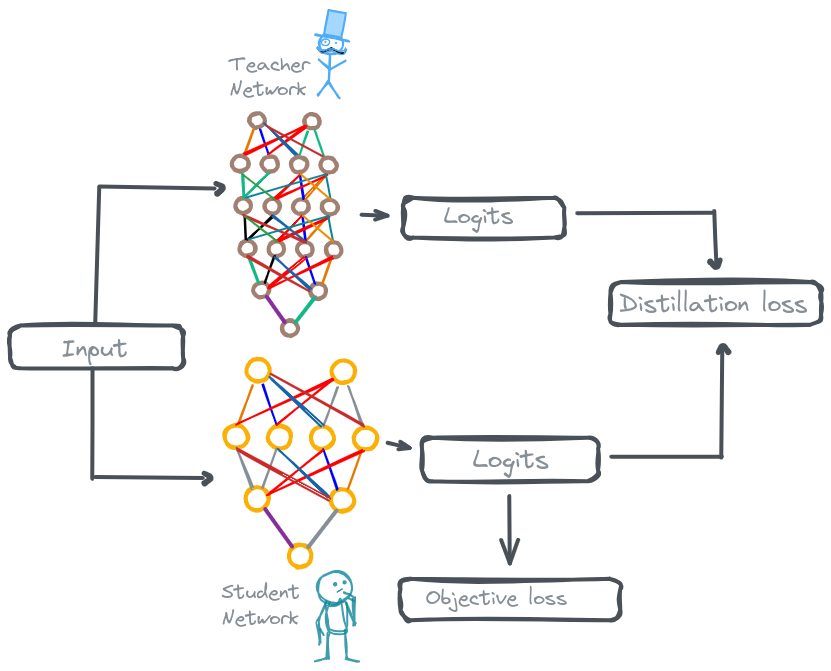
Before: static/img/model_optimization/response_kd.png, a diagram exported from Excalidraw (shulavkarki/shulav.github.io). Source tidied: one line per element, renumbered; positions are measured from the earlier drawing's top-left corner, leaving out a move shared by most shapes.
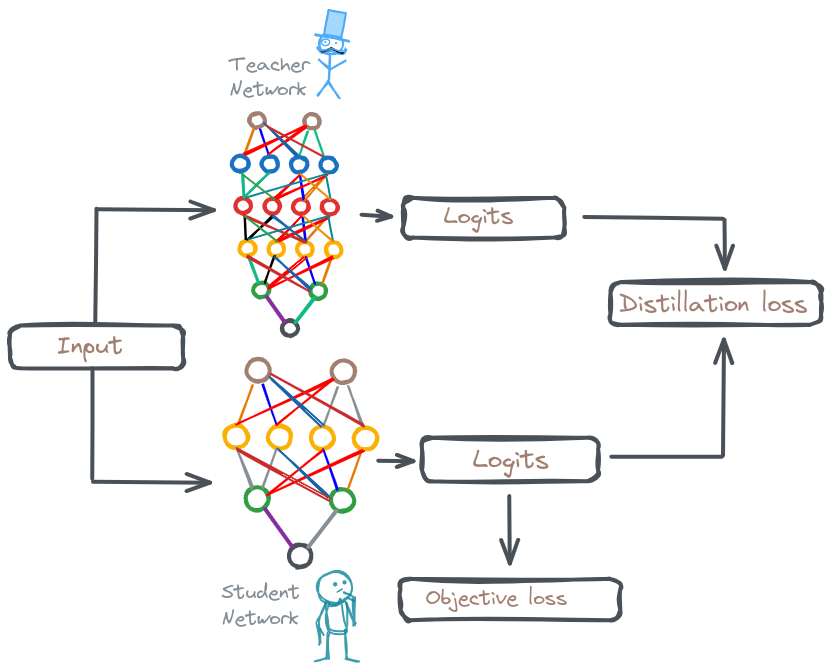
After the commit.

The edit, as a diff of the source:
```diff
@@ -4,4 +4,4 @@
 {"id": 3, "type": "rectangle", "strokeColor": "#495057", "strokeWidth": 4, "roughness": 2, "round": true, "x": 601, "y": 271, "width": 211, "height": 43}
-{"id": 4, "type": "ellipse", "strokeColor": "#fab005", "angle": 3.16, "strokeWidth": 4, "roughness": 1, "x": 278, "y": 533, "width": 23, "height": 23}
+{"id": 4, "type": "ellipse", "strokeColor": "#495057", "angle": 3.16, "strokeWidth": 4, "roughness": 1, "x": 278, "y": 533, "width": 23, "height": 23}
-{"id": 5, "type": "ellipse", "strokeColor": "#fab005", "angle": 3.16, "strokeWidth": 4, "roughness": 1, "x": 321, "y": 478, "width": 23, "height": 23}
+{"id": 5, "type": "ellipse", "strokeColor": "#2f9e44", "angle": 3.16, "strokeWidth": 4, "roughness": 1, "x": 321, "y": 478, "width": 23, "height": 23}
 {"id": 6, "type": "ellipse", "strokeColor": "#fab005", "angle": 3.16, "strokeWidth": 4, "roughness": 1, "x": 344, "y": 416, "width": 23, "height": 23}
@@ -10,3 +10,3 @@
 {"id": 9, "type": "arrow", "strokeColor": "#0000ff", "angle": 3.16, "strokeWidth": 2, "roughness": 1, "round": true, "from": 5, "to": 7, "x": 313, "y": 438, "width": 15, "height": 39, "points": [[0, 0], [15, 39]]}
-{"id": 10, "type": "ellipse", "strokeColor": "#fab005", "angle": 3.16, "strokeWidth": 4, "roughness": 1, "x": 235, "y": 476, "width": 23, "height": 23}
+{"id": 10, "type": "ellipse", "strokeColor": "#2f9e44", "angle": 3.16, "strokeWidth": 4, "roughness": 1, "x": 235, "y": 476, "width": 23, "height": 23}
 {"id": 11, "type": "ellipse", "strokeColor": "#fab005", "angle": 3.16, "strokeWidth": 4, "roughness": 1, "x": 258, "y": 415, "width": 23, "height": 23}
@@ -21,4 +21,4 @@
 {"id": 20, "type": "line", "strokeColor": "#c92a2a", "angle": 1.59, "strokeWidth": 2, "roughness": 1, "round": true, "x": 248, "y": 509, "width": 49, "height": 92, "points": [[0, 0], [49, -92]]}
-{"id": 21, "type": "ellipse", "strokeColor": "#fab005", "angle": 3.16, "strokeWidth": 4, "roughness": 1, "x": 322, "y": 349, "width": 23, "height": 23}
+{"id": 21, "type": "ellipse", "strokeColor": "#a18072", "angle": 3.16, "strokeWidth": 4, "roughness": 1, "x": 322, "y": 349, "width": 23, "height": 23}
-{"id": 22, "type": "ellipse", "strokeColor": "#fab005", "angle": 3.16, "strokeWidth": 4, "roughness": 1, "x": 236, "y": 347, "width": 23, "height": 23}
+{"id": 22, "type": "ellipse", "strokeColor": "#a18072", "angle": 3.16, "strokeWidth": 4, "roughness": 1, "x": 236, "y": 347, "width": 23, "height": 23}
 {"id": 23, "type": "arrow", "strokeColor": "#e67700", "angle": 0.02, "strokeWidth": 2, "roughness": 1, "round": true, "from": 22, "to": 12, "x": 242, "y": 373, "width": 14, "height": 39, "points": [[0, 0], [-14, 39]]}
@@ -31,11 +31,11 @@
 {"id": 30, "type": "line", "strokeColor": "#c92a2a", "angle": 4.73, "strokeWidth": 2, "roughness": 1, "round": true, "x": 283, "y": 435, "width": 49, "height": 92, "points": [[0, 0], [49, -92]]}
-{"id": 31, "type": "ellipse", "strokeColor": "#a18072", "angle": 3.16, "strokeWidth": 4, "roughness": 1, "x": 272, "y": 309, "width": 16, "height": 15}
+{"id": 31, "type": "ellipse", "strokeColor": "#495057", "angle": 3.16, "strokeWidth": 4, "roughness": 1, "x": 272, "y": 309, "width": 16, "height": 15}
-{"id": 32, "type": "ellipse", "strokeColor": "#a18072", "angle": 3.16, "strokeWidth": 4, "roughness": 1, "x": 301, "y": 272, "width": 16, "height": 15}
+{"id": 32, "type": "ellipse", "strokeColor": "#2f9e44", "angle": 3.16, "strokeWidth": 4, "roughness": 1, "x": 301, "y": 272, "width": 16, "height": 15}
-{"id": 33, "type": "ellipse", "strokeColor": "#a18072", "angle": 3.16, "strokeWidth": 4, "roughness": 1, "x": 316, "y": 231, "width": 16, "height": 15}
+{"id": 33, "type": "ellipse", "strokeColor": "#fab005", "angle": 3.16, "strokeWidth": 4, "roughness": 1, "x": 316, "y": 231, "width": 16, "height": 15}
-{"id": 34, "type": "ellipse", "strokeColor": "#a18072", "angle": 3.16, "strokeWidth": 4, "roughness": 1, "x": 287, "y": 230, "width": 16, "height": 15}
+{"id": 34, "type": "ellipse", "strokeColor": "#fab005", "angle": 3.16, "strokeWidth": 4, "roughness": 1, "x": 287, "y": 230, "width": 16, "height": 15}
 {"id": 35, "type": "arrow", "strokeColor": "#e67700", "angle": 3.16, "strokeWidth": 2, "roughness": 1, "round": true, "from": 32, "to": 33, "x": 321, "y": 246, "width": 9, "height": 26, "points": [[0, 0], [-9, 26]]}
 {"id": 36, "type": "arrow", "strokeColor": "#0000ff", "angle": 3.16, "strokeWidth": 2, "roughness": 1, "round": true, "from": 32, "to": 34, "x": 296, "y": 246, "width": 10, "height": 26, "points": [[0, 0], [10, 26]]}
-{"id": 37, "type": "ellipse", "strokeColor": "#a18072", "angle": 3.16, "strokeWidth": 4, "roughness": 1, "x": 244, "y": 271, "width": 16, "height": 15}
+{"id": 37, "type": "ellipse", "strokeColor": "#2f9e44", "angle": 3.16, "strokeWidth": 4, "roughness": 1, "x": 244, "y": 271, "width": 16, "height": 15}
-{"id": 38, "type": "ellipse", "strokeColor": "#a18072", "angle": 3.16, "strokeWidth": 4, "roughness": 1, "x": 259, "y": 230, "width": 16, "height": 15}
+{"id": 38, "type": "ellipse", "strokeColor": "#fab005", "angle": 3.16, "strokeWidth": 4, "roughness": 1, "x": 259, "y": 230, "width": 16, "height": 15}
-{"id": 39, "type": "ellipse", "strokeColor": "#a18072", "angle": 3.16, "strokeWidth": 4, "roughness": 1, "x": 230, "y": 229, "width": 16, "height": 15}
+{"id": 39, "type": "ellipse", "strokeColor": "#fab005", "angle": 3.16, "strokeWidth": 4, "roughness": 1, "x": 230, "y": 229, "width": 16, "height": 15}
 {"id": 40, "type": "arrow", "strokeColor": "#000000", "angle": 3.16, "strokeWidth": 2, "roughness": 1, "round": true, "from": 37, "to": 38, "x": 264, "y": 245, "width": 9, "height": 26, "points": [[0, 0], [-9, 26]]}
@@ -58,10 +58,10 @@
 {"id": 57, "type": "line", "strokeColor": "#c92a2a", "angle": 4.73, "strokeWidth": 2, "roughness": 1, "round": true, "x": 271, "y": 160, "width": 32, "height": 59, "points": [[0, 0], [32, -59]]}
-{"id": 58, "type": "ellipse", "strokeColor": "#a18072", "angle": 3.16, "strokeWidth": 4, "roughness": 1, "x": 311, "y": 146, "width": 16, "height": 15}
+{"id": 58, "type": "ellipse", "strokeColor": "#1971c2", "angle": 3.16, "strokeWidth": 4, "roughness": 1, "x": 311, "y": 146, "width": 16, "height": 15}
-{"id": 59, "type": "ellipse", "strokeColor": "#a18072", "angle": 3.16, "strokeWidth": 4, "roughness": 1, "x": 281, "y": 146, "width": 16, "height": 15}
+{"id": 59, "type": "ellipse", "strokeColor": "#1971c2", "angle": 3.16, "strokeWidth": 4, "roughness": 1, "x": 281, "y": 146, "width": 16, "height": 15}
-{"id": 60, "type": "ellipse", "strokeColor": "#a18072", "angle": 3.16, "strokeWidth": 4, "roughness": 1, "x": 252, "y": 145, "width": 16, "height": 15}
+{"id": 60, "type": "ellipse", "strokeColor": "#1971c2", "angle": 3.16, "strokeWidth": 4, "roughness": 1, "x": 252, "y": 145, "width": 16, "height": 15}
-{"id": 61, "type": "ellipse", "strokeColor": "#a18072", "angle": 3.16, "strokeWidth": 4, "roughness": 1, "x": 222, "y": 145, "width": 16, "height": 15}
+{"id": 61, "type": "ellipse", "strokeColor": "#1971c2", "angle": 3.16, "strokeWidth": 4, "roughness": 1, "x": 222, "y": 145, "width": 16, "height": 15}
-{"id": 62, "type": "ellipse", "strokeColor": "#a18072", "angle": 3.16, "strokeWidth": 4, "roughness": 1, "x": 312, "y": 188, "width": 16, "height": 15}
+{"id": 62, "type": "ellipse", "strokeColor": "#e03131", "angle": 3.16, "strokeWidth": 4, "roughness": 1, "x": 312, "y": 188, "width": 16, "height": 15}
-{"id": 63, "type": "ellipse", "strokeColor": "#a18072", "angle": 3.16, "strokeWidth": 4, "roughness": 1, "x": 283, "y": 188, "width": 16, "height": 15}
+{"id": 63, "type": "ellipse", "strokeColor": "#e03131", "angle": 3.16, "strokeWidth": 4, "roughness": 1, "x": 283, "y": 188, "width": 16, "height": 15}
-{"id": 64, "type": "ellipse", "strokeColor": "#a18072", "angle": 3.16, "strokeWidth": 4, "roughness": 1, "x": 254, "y": 187, "width": 16, "height": 15}
+{"id": 64, "type": "ellipse", "strokeColor": "#e03131", "angle": 3.16, "strokeWidth": 4, "roughness": 1, "x": 254, "y": 187, "width": 16, "height": 15}
-{"id": 65, "type": "ellipse", "strokeColor": "#a18072", "angle": 3.16, "strokeWidth": 4, "roughness": 1, "x": 225, "y": 187, "width": 16, "height": 15}
+{"id": 65, "type": "ellipse", "strokeColor": "#e03131", "angle": 3.16, "strokeWidth": 4, "roughness": 1, "x": 225, "y": 187, "width": 16, "height": 15}
 {"id": 66, "type": "arrow", "strokeColor": "#e67700", "angle": 3.16, "strokeWidth": 2, "roughness": 1, "round": true, "from": 34, "to": 62, "x": 318, "y": 205, "width": 22, "height": 25, "points": [[0, 0], [-22, 25]]}
@@ -88,8 +88,8 @@
 {"id": 87, "type": "line", "strokeColor": "#2f9e44", "backgroundColor": "#fff5f5", "fillStyle": "solid", "strokeWidth": 2, "roughness": 0, "round": true, "x": 233, "y": 163, "width": 32, "height": 25, "points": [[0, 0], [32, 25]]}
-{"id": 88, "type": "text", "text": "Input", "strokeColor": "#868e96", "backgroundColor": "#fff5f5", "fillStyle": "solid", "strokeWidth": 2, "roughness": 0, "fontSize": 25.13, "fontFamily": 1, "x": 52, "y": 322, "width": 66, "height": 31}
+{"id": 88, "type": "text", "text": "Input", "strokeColor": "#a18072", "backgroundColor": "#fff5f5", "fillStyle": "solid", "strokeWidth": 2, "roughness": 0, "fontSize": 25.13, "fontFamily": 1, "x": 47, "y": 319, "width": 66, "height": 31}
-{"id": 89, "type": "text", "text": "Logits", "strokeColor": "#868e96", "backgroundColor": "#fff5f5", "fillStyle": "solid", "strokeWidth": 2, "roughness": 0, "fontSize": 23.41, "fontFamily": 1, "x": 434, "y": 191, "width": 70, "height": 29}
+{"id": 89, "type": "text", "text": "Logits", "strokeColor": "#a18072", "backgroundColor": "#fff5f5", "fillStyle": "solid", "strokeWidth": 2, "roughness": 0, "fontSize": 23.41, "fontFamily": 1, "x": 434, "y": 191, "width": 70, "height": 29}
-{"id": 90, "type": "text", "text": "Logits", "strokeColor": "#868e96", "backgroundColor": "#fff5f5", "fillStyle": "solid", "strokeWidth": 2, "roughness": 0, "fontSize": 25.57, "fontFamily": 1, "x": 463, "y": 433, "width": 76, "height": 32}
+{"id": 90, "type": "text", "text": "Logits", "strokeColor": "#a18072", "backgroundColor": "#fff5f5", "fillStyle": "solid", "strokeWidth": 2, "roughness": 0, "fontSize": 25.57, "fontFamily": 1, "x": 463, "y": 433, "width": 76, "height": 32}
-{"id": 91, "type": "text", "text": "Distillation loss", "strokeColor": "#868e96", "backgroundColor": "#fff5f5", "fillStyle": "solid", "strokeWidth": 2, "roughness": 0, "fontSize": 24.37, "fontFamily": 1, "x": 609, "y": 278, "width": 188, "height": 30}
+{"id": 91, "type": "text", "text": "Distillation loss", "strokeColor": "#a18072", "backgroundColor": "#fff5f5", "fillStyle": "solid", "strokeWidth": 2, "roughness": 0, "fontSize": 24.37, "fontFamily": 1, "x": 609, "y": 278, "width": 188, "height": 30}
 {"id": 92, "type": "rectangle", "strokeColor": "#495057", "strokeWidth": 4, "roughness": 2, "round": true, "x": 390, "y": 567, "width": 220, "height": 41}
-{"id": 93, "type": "text", "text": "Objective loss", "strokeColor": "#868e96", "backgroundColor": "#fff5f5", "fillStyle": "solid", "strokeWidth": 2, "roughness": 0, "fontSize": 20.63, "fontFamily": 1, "x": 416, "y": 574, "width": 190, "height": 26}
+{"id": 93, "type": "text", "text": "Objective loss", "strokeColor": "#a18072", "backgroundColor": "#fff5f5", "fillStyle": "solid", "strokeWidth": 2, "roughness": 0, "fontSize": 20.63, "fontFamily": 1, "x": 416, "y": 574, "width": 190, "height": 26}
 {"id": 94, "type": "text", "text": "Teacher \nNetwork", "strokeColor": "#868e96", "backgroundColor": "#fff5f5", "fillStyle": "solid", "strokeWidth": 2, "roughness": 0, "fontSize": 20.24, "fontFamily": 1, "x": 219, "y": 41, "width": 91, "height": 51}
@@ -108,16 +108,7 @@
 {"id": 107, "type": "text", "text": "Student \nNetwork", "strokeColor": "#868e96", "backgroundColor": "#fff5f5", "fillStyle": "solid", "strokeWidth": 2, "roughness": 0, "fontSize": 20.24, "fontFamily": 1, "x": 212, "y": 569, "width": 89, "height": 51}
-{"id": 108, "type": "line", "strokeColor": "#495057", "backgroundColor": "#fff5f5", "fillStyle": "solid", "strokeWidth": 4, "roughness": 0, "round": true, "x": 85, "y": 311, "width": 4, "height": 135, "points": [[0, 0], [4, -135]]}
+{"id": 108, "type": "line", "strokeColor": "#495057", "backgroundColor": "#fff5f5", "fillStyle": "solid", "strokeWidth": 4, "roughness": 0, "round": true, "from": 88, "x": 85, "y": 311, "width": 1, "height": 113, "points": [[0, 0], [1, -113]]}
-{"id": 109, "type": "line", "strokeColor": "#495057", "backgroundColor": "#fff5f5", "fillStyle": "solid", "strokeWidth": 4, "roughness": 0, "round": true, "x": 89, "y": 175, "width": 115, "height": 2, "points": [[0, 0], [115, 2]]}
-{"id": 110, "type": "freedraw", "strokeColor": "#495057", "backgroundColor": "#fff5f5", "fillStyle": "solid", "strokeWidth": 1, "roughness": 0, "x": 206, "y": 172, "width": 8, "height": 10, "points": [[0, 0], [0, 0], [1, 0], [1, 0], [1, 1], [2, 1], [2, 1], [2, 1], [3, 1], [6, 2], [7, 3], [7, 3], [8, 3], [8, 4], [8, 4], [8, 4], [8, 5], [6, 6], [5, 6], [5, 7], [5, 7], [4, 7], [4, 8], [3, 8], [3, 8], [3, 8], [2, 9], [2, 9], [2, 9], [1, 9], [1, 10], [1, 10]]}
-{"id": 111, "type": "line", "strokeColor": "#495057", "angle": 4.71, "backgroundColor": "#fff5f5", "fillStyle": "solid", "strokeWidth": 4, "roughness": 0, "round": true, "x": 138, "y": 520, "width": 1, "height": 108, "points": [[0, 0], [1, -108]]}
 {"id": 112, "type": "line", "strokeColor": "#495057", "angle": 4.71, "backgroundColor": "#fff5f5", "fillStyle": "solid", "strokeWidth": 4, "roughness": 0, "round": true, "to": 88, "x": 27, "y": 412, "width": 111, "height": 1, "points": [[0, 0], [111, 1]]}
-{"id": 113, "type": "freedraw", "strokeColor": "#495057", "angle": 0.1, "backgroundColor": "#fff5f5", "fillStyle": "solid", "strokeWidth": 1, "roughness": 0, "x": 194, "y": 462, "width": 8, "height": 10, "points": [[0, 0], [0, 0], [1, 0], [1, 0], [1, 1], [2, 1], [2, 1], [2, 1], [3, 1], [6, 2], [7, 3], [7, 3], [8, 3], [8, 4], [8, 4], [8, 4], [8, 5], [6, 6], [5, 6], [5, 7], [5, 7], [4, 7], [4, 8], [3, 8], [3, 8], [3, 8], [2, 9], [2, 9], [2, 9], [1, 9], [1, 10], [1, 10]]}
-{"id": 114, "type": "arrow", "strokeColor": "#495057", "backgroundColor": "#fff5f5", "fillStyle": "solid", "strokeWidth": 4, "roughness": 0, "endArrowhead": "arrow", "round": true, "to": 1, "x": 352, "y": 203, "width": 26, "height": 1, "points": [[0, 0], [26, 1]]}
+{"id": 114, "type": "arrow", "strokeColor": "#495057", "backgroundColor": "#fff5f5", "fillStyle": "solid", "strokeWidth": 4, "roughness": 0, "endArrowhead": "arrow", "round": true, "to": 1, "x": 352, "y": 203, "width": 30, "height": 2, "points": [[0, 0], [30, 2]]}
-{"id": 115, "type": "arrow", "strokeColor": "#495057", "backgroundColor": "#fff5f5", "fillStyle": "solid", "strokeWidth": 4, "roughness": 0, "endArrowhead": "arrow", "round": true, "from": 6, "to": 2, "x": 378, "y": 431, "width": 22, "height": 5, "points": [[0, 0], [22, 5]]}
+{"id": 115, "type": "arrow", "strokeColor": "#495057", "backgroundColor": "#fff5f5", "fillStyle": "solid", "strokeWidth": 4, "roughness": 0, "endArrowhead": "arrow", "round": true, "from": 6, "to": 2, "x": 368, "y": 449, "width": 35, "height": 1, "points": [[0, 0], [35, 1]]}
-{"id": 116, "type": "line", "strokeColor": "#495057", "angle": 9.42, "backgroundColor": "#fff5f5", "fillStyle": "solid", "strokeWidth": 4, "roughness": 0, "round": true, "x": 711, "y": 446, "width": 1, "height": 108, "points": [[0, 0], [1, -108]]}
 {"id": 117, "type": "line", "strokeColor": "#495057", "angle": 9.42, "backgroundColor": "#fff5f5", "fillStyle": "solid", "strokeWidth": 4, "roughness": 0, "round": true, "x": 601, "y": 445, "width": 111, "height": 1, "points": [[0, 0], [111, 1]]}
-{"id": 118, "type": "freedraw", "strokeColor": "#495057", "angle": 4.81, "backgroundColor": "#fff5f5", "fillStyle": "solid", "strokeWidth": 1, "roughness": 0, "x": 710, "y": 333, "width": 8, "height": 10, "points": [[0, 0], [0, 0], [1, 0], [1, 0], [1, 1], [2, 1], [2, 1], [2, 1], [3, 1], [6, 2], [7, 3], [7, 3], [8, 3], [8, 4], [8, 4], [8, 4], [8, 5], [6, 6], [5, 6], [5, 7], [5, 7], [4, 7], [4, 8], [3, 8], [3, 8], [3, 8], [2, 9], [2, 9], [2, 9], [1, 9], [1, 10], [1, 10]]}
-{"id": 119, "type": "line", "strokeColor": "#495057", "angle": 1.54, "backgroundColor": "#fff5f5", "fillStyle": "solid", "strokeWidth": 4, "roughness": 0, "round": true, "x": 633, "y": 269, "width": 4, "height": 135, "points": [[0, 0], [4, -135]]}
-{"id": 120, "type": "line", "strokeColor": "#495057", "angle": 1.54, "backgroundColor": "#fff5f5", "fillStyle": "solid", "strokeWidth": 4, "roughness": 0, "round": true, "to": 3, "x": 678, "y": 227, "width": 55, "height": 0, "points": [[0, 0], [55, 0]]}
-{"id": 121, "type": "freedraw", "strokeColor": "#495057", "angle": 1.54, "backgroundColor": "#fff5f5", "fillStyle": "solid", "strokeWidth": 1, "roughness": 0, "x": 701, "y": 248, "width": 8, "height": 10, "points": [[0, 0], [0, 0], [1, 0], [1, 0], [1, 1], [2, 1], [2, 1], [2, 1], [3, 1], [6, 2], [7, 3], [7, 3], [8, 3], [8, 4], [8, 4], [8, 4], [8, 5], [6, 6], [5, 6], [5, 7], [5, 7], [4, 7], [4, 8], [3, 8], [3, 8], [3, 8], [2, 9], [2, 9], [2, 9], [1, 9], [1, 10], [1, 10]]}
 {"id": 122, "type": "arrow", "strokeColor": "#495057", "backgroundColor": "#fff5f5", "fillStyle": "solid", "strokeWidth": 4, "roughness": 0, "endArrowhead": "arrow", "round": true, "from": 2, "to": 92, "x": 499, "y": 484, "width": 0, "height": 67, "points": [[0, 0], [0, 67]]}
@@ -134,1 +125,6 @@
 {"id": 133, "type": "line", "strokeColor": "#0c8599", "strokeWidth": 1, "roughness": 1, "opacity": 80, "round": true, "x": 332, "y": 578, "width": 5, "height": 3, "points": [[0, 0], [-5, 3]]}
+{"id": 134, "type": "arrow", "strokeColor": "#495057", "strokeWidth": 4, "roughness": 0, "endArrowhead": "arrow", "round": true, "x": 87, "y": 198, "width": 117, "height": 1, "points": [[0, 0], [117, 1]]}
+{"id": 135, "type": "arrow", "strokeColor": "#495057", "strokeWidth": 4, "roughness": 0, "endArrowhead": "arrow", "round": true, "x": 83, "y": 470, "width": 117, "height": 1, "points": [[0, 0], [117, 1]]}
+{"id": 136, "type": "arrow", "strokeColor": "#495057", "strokeWidth": 4, "roughness": 0, "endArrowhead": "arrow", "round": true, "to": 3, "x": 713, "y": 444, "width": 1, "height": 116, "points": [[0, 0], [1, -116]]}
+{"id": 137, "type": "line", "strokeColor": "#495057", "angle": 1.57, "backgroundColor": "#fff5f5", "fillStyle": "solid", "strokeWidth": 4, "roughness": 0, "round": true, "x": 643, "y": 276, "width": 2, "height": 139, "points": [[0, 0], [2, -139]]}
+{"id": 138, "type": "arrow", "strokeColor": "#495057", "angle": 1.57, "strokeWidth": 4, "roughness": 0, "endArrowhead": "arrow", "round": true, "to": 3, "x": 690, "y": 233, "width": 49, "height": 0, "points": [[0, 0], [49, 0]]}
```
